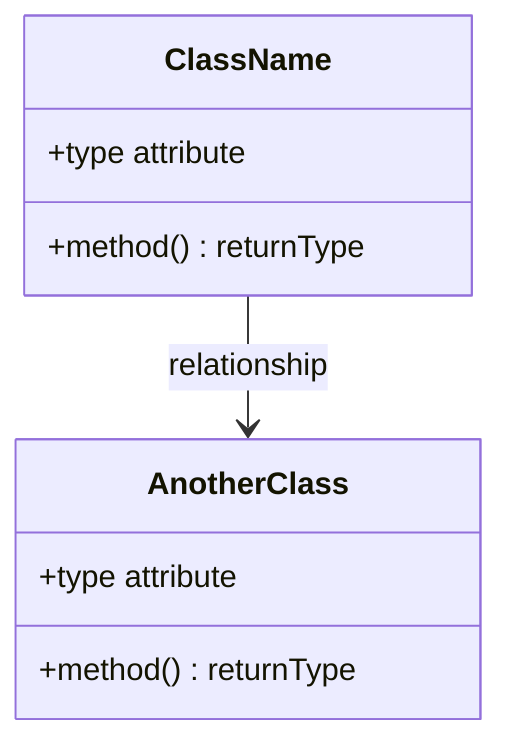
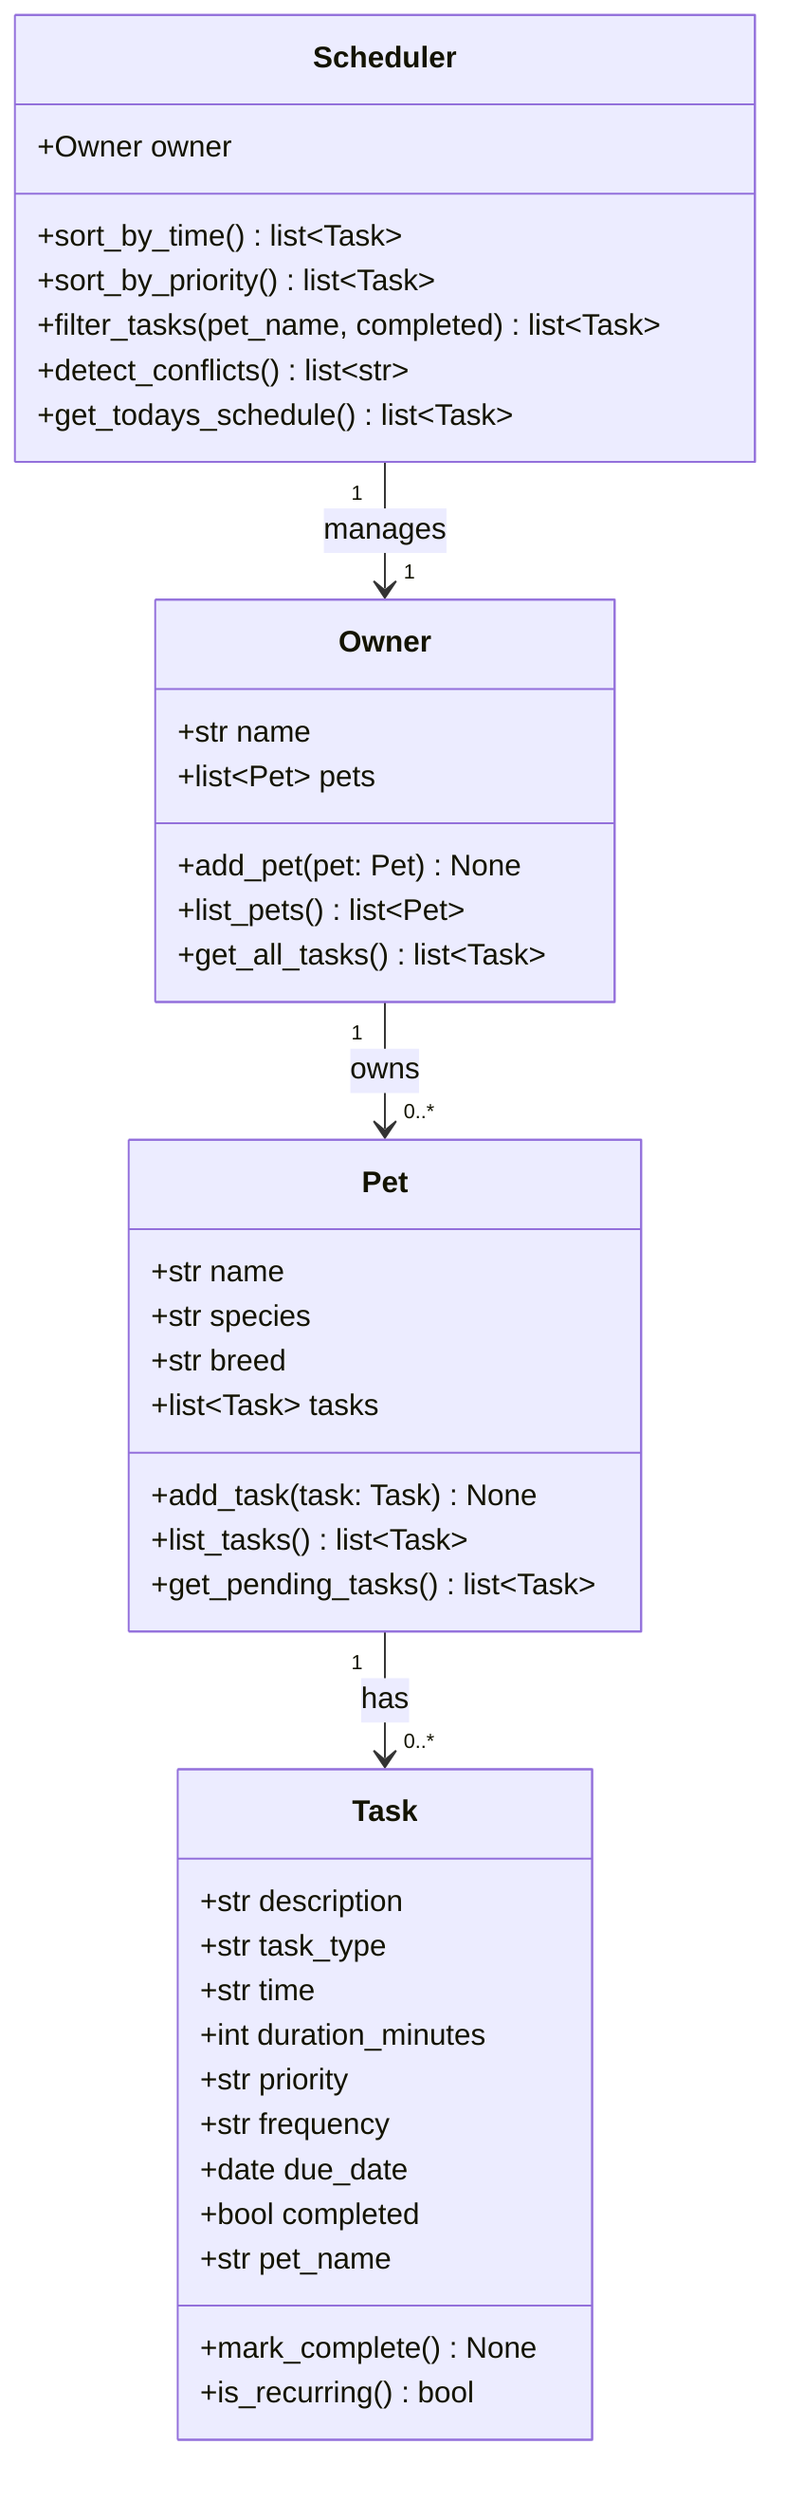
classDiagram
-     %% Replace the placeholders below with your actual classes, attributes, methods, and relationships.
-     %% Keep this file updated so it matches your final implementation.
- 
-     class ClassName {
-         +type attribute
-         +method() returnType
+     class Owner {
+         +str name
+         +list~Pet~ pets
+         +add_pet(pet: Pet) None
+         +list_pets() list~Pet~
+         +get_all_tasks() list~Task~
    }

-     class AnotherClass {
-         +type attribute
-         +method() returnType
+     class Pet {
+         +str name
+         +str species
+         +str breed
+         +list~Task~ tasks
+         +add_task(task: Task) None
+         +list_tasks() list~Task~
+         +get_pending_tasks() list~Task~
    }

-     ClassName --> AnotherClass : relationship
+     class Task {
+         +str description
+         +str task_type
+         +str time
+         +int duration_minutes
+         +str priority
+         +str frequency
+         +date due_date
+         +bool completed
+         +str pet_name
+         +mark_complete() None
+         +is_recurring() bool
+     }
+ 
+     class Scheduler {
+         +Owner owner
+         +sort_by_time() list~Task~
+         +sort_by_priority() list~Task~
+         +filter_tasks(pet_name, completed) list~Task~
+         +detect_conflicts() list~str~
+         +get_todays_schedule() list~Task~
+     }
+ 
+     Owner "1" --> "0..*" Pet : owns
+     Pet "1" --> "0..*" Task : has
+     Scheduler "1" --> "1" Owner : manages
